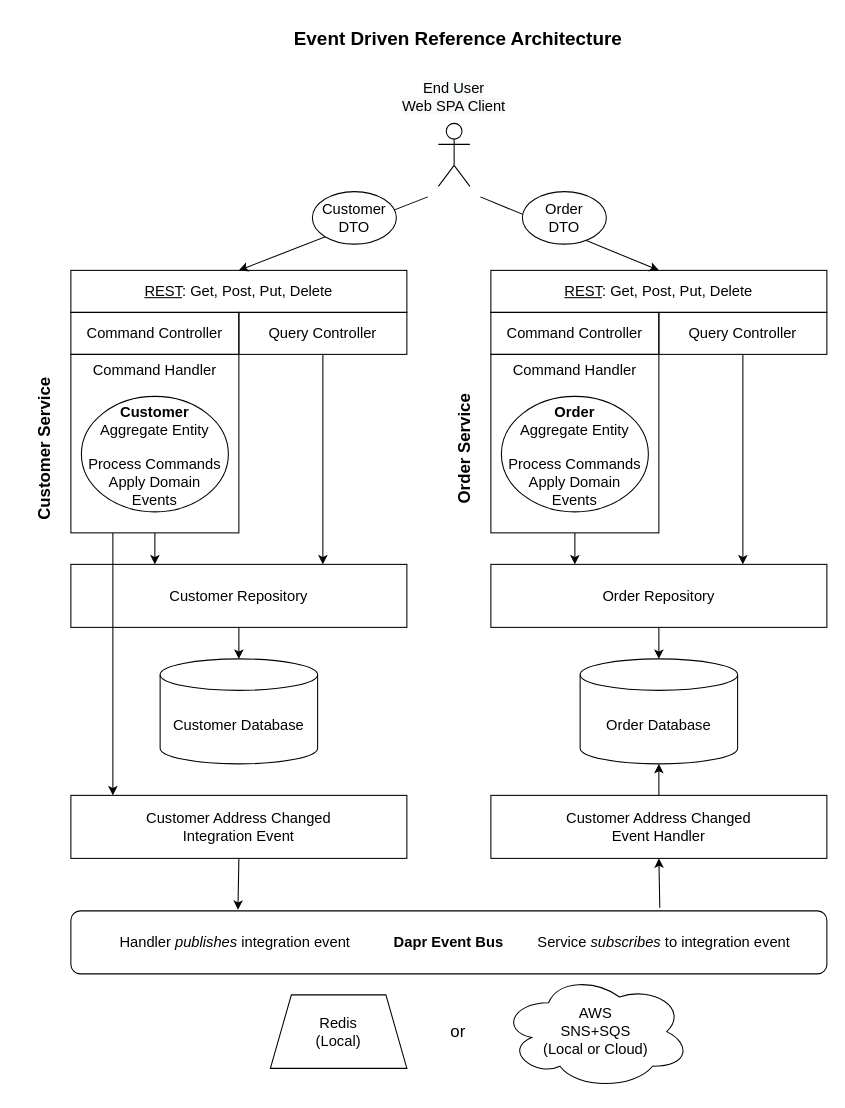
This is images/event-driven-ref-arch.drawio from event-driven-dotnet/Home, a draw.io file, before an edit. Source tidied: cells renumbered, new cells numbered last; positions are measured from the earlier drawing's top-left corner, leaving out a move shared by most shapes. Both pictures are drawn from the tidied source at 105%, with x=0, y=0 at pixel (18, 18).
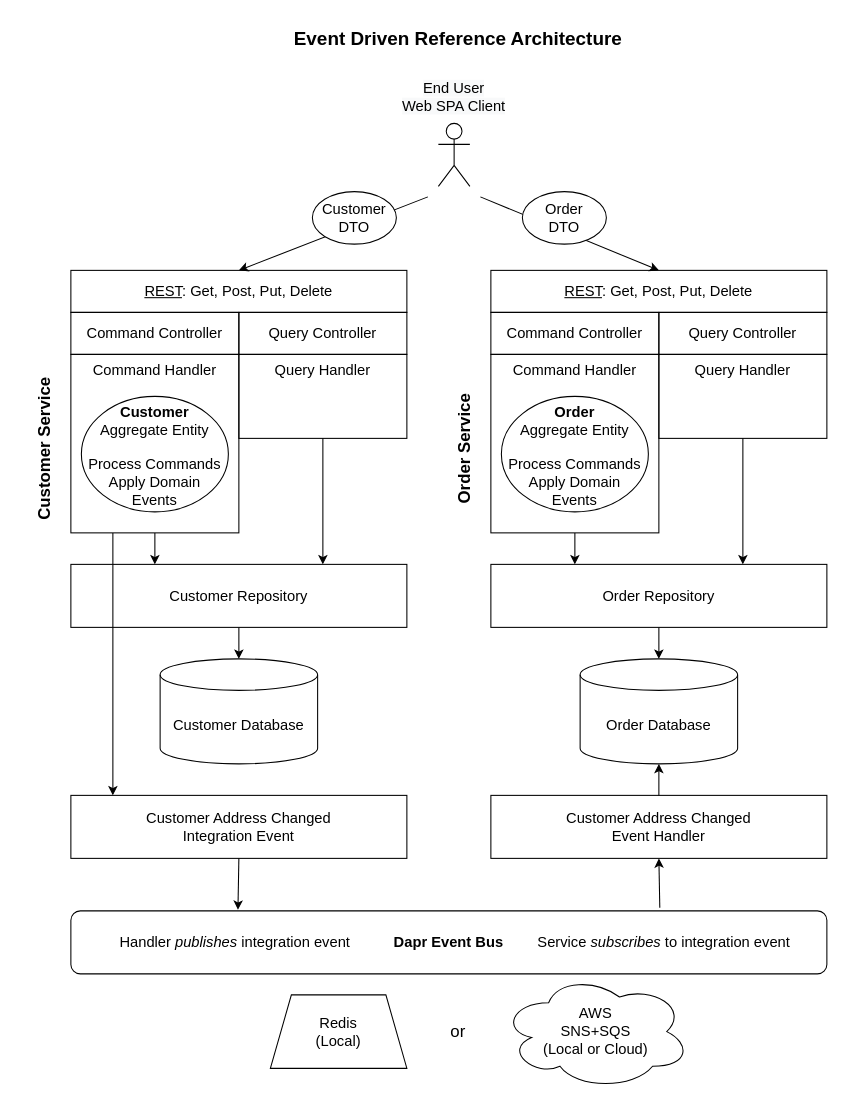
After the change.

The change refers to these unchanged cells:
```xml
<mxCell id="10" value="Query Controller" style="rounded=0;whiteSpace=wrap;html=1;fontSize=14;fillColor=none;" parent="1" vertex="1">
  <mxGeometry x="210" y="280" width="160" height="40" as="geometry" />
</mxCell>
<mxCell id="17" value="Customer Repository" style="rounded=0;whiteSpace=wrap;html=1;fontSize=14;fillColor=none;align=center;" parent="1" vertex="1">
  <mxGeometry x="50" y="520" width="320" height="60" as="geometry" />
</mxCell>
<mxCell id="24" value="Query Controller" style="rounded=0;whiteSpace=wrap;html=1;fontSize=14;fillColor=none;" parent="1" vertex="1">
  <mxGeometry x="610" y="280" width="160" height="40" as="geometry" />
</mxCell>
<mxCell id="29" value="Order Repository" style="rounded=0;whiteSpace=wrap;html=1;fontSize=14;fillColor=none;align=center;" parent="1" vertex="1">
  <mxGeometry x="450" y="520" width="320" height="60" as="geometry" />
</mxCell>
```

Change to the diagram source:
```diff
@@
-    <mxCell id="9" style="edgeStyle=none;rounded=0;jettySize=auto;html=1;exitX=0.5;exitY=1;exitDx=0;exitDy=0;entryX=0.75;entryY=0;entryDx=0;entryDy=0;fontSize=14;" parent="1" edge="1" source="10" target="17">
+    <mxCell id="9" style="edgeStyle=none;rounded=0;jettySize=auto;html=1;entryX=0.75;entryY=0;entryDx=0;entryDy=0;fontSize=14;exitX=0.5;exitY=1;exitDx=0;exitDy=0;" parent="1" edge="1" source="43" target="17">
       <mxGeometry relative="1" as="geometry" />
     </mxCell>
@@
-    <mxCell id="23" style="edgeStyle=none;rounded=0;jettySize=auto;html=1;exitX=0.5;exitY=1;exitDx=0;exitDy=0;entryX=0.75;entryY=0;entryDx=0;entryDy=0;fontSize=14;" parent="1" edge="1" source="24" target="29">
+    <mxCell id="23" style="edgeStyle=none;rounded=0;jettySize=auto;html=1;entryX=0.75;entryY=0;entryDx=0;entryDy=0;fontSize=14;exitX=0.5;exitY=1;exitDx=0;exitDy=0;" parent="1" edge="1" source="44" target="29">
       <mxGeometry relative="1" as="geometry" />
     </mxCell>
@@
+    <mxCell id="43" value="Query Handler" style="rounded=0;whiteSpace=wrap;html=1;fontSize=14;fillColor=none;verticalAlign=top;" parent="1" vertex="1">
+      <mxGeometry x="210" y="320" width="160" height="80" as="geometry" />
+    </mxCell>
+    <mxCell id="44" value="Query Handler" style="rounded=0;whiteSpace=wrap;html=1;fontSize=14;fillColor=none;verticalAlign=top;" parent="1" vertex="1">
+      <mxGeometry x="610" y="320" width="160" height="80" as="geometry" />
+    </mxCell>
```
